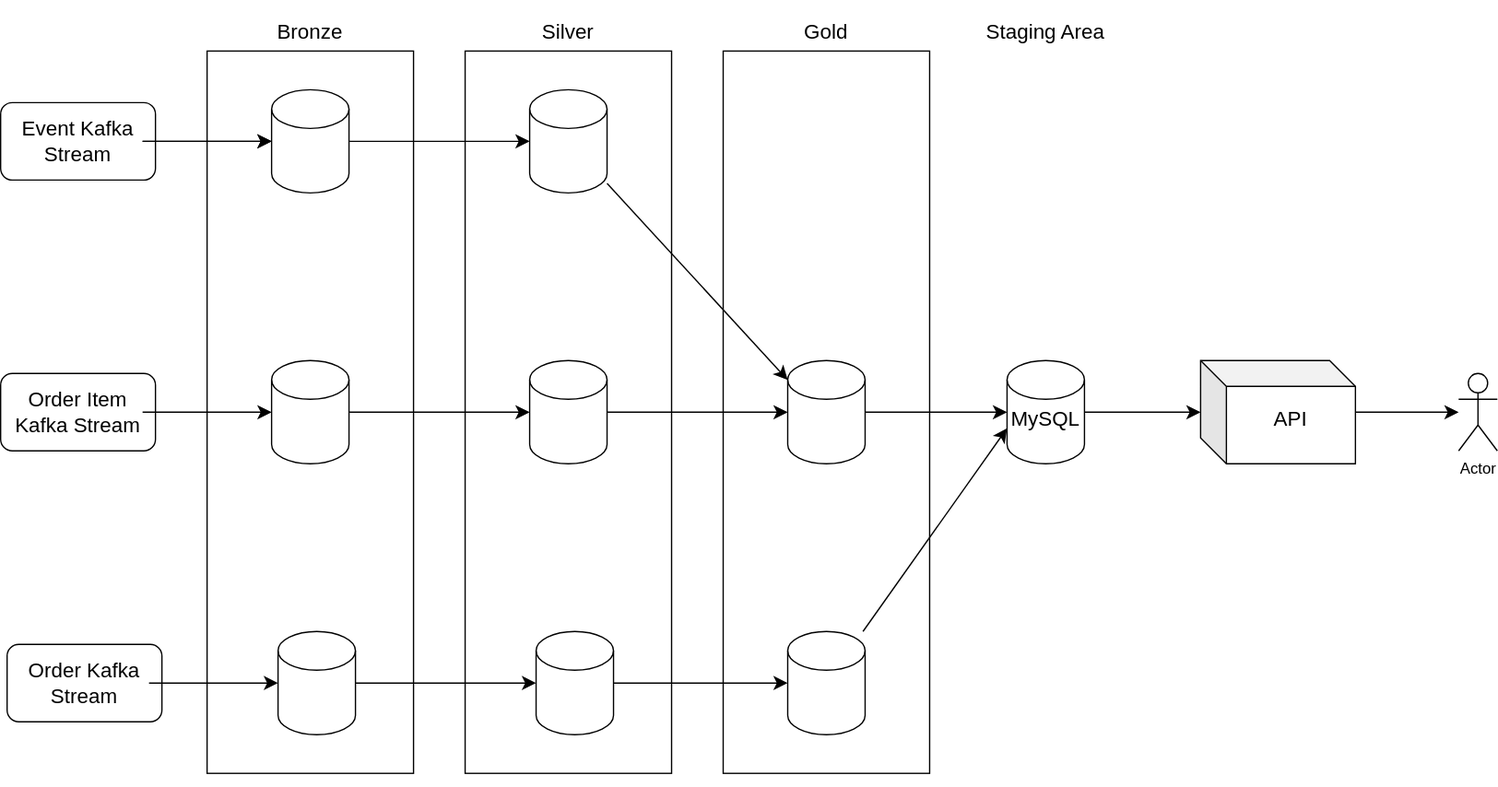
Above: system.drawio.svg in philippehamel/senior-de-presentation (draw.io), before the change. Source tidied: cells renumbered, new cells last; positions are measured from the earlier drawing's top-left corner, leaving out a move shared by most shapes. Source of this version:
```xml
<mxGraphModel>
  <root>
    <mxCell id="0" />
    <mxCell id="1" parent="0" />
    <mxCell id="2" style="rounded=0;whiteSpace=wrap;html=1;" parent="1" vertex="1">
      <mxGeometry x="560" y="30" width="160" height="560" as="geometry" />
    </mxCell>
    <mxCell id="3" style="rounded=0;whiteSpace=wrap;html=1;" parent="1" vertex="1">
      <mxGeometry x="360" y="30" width="160" height="560" as="geometry" />
    </mxCell>
    <mxCell id="4" style="rounded=0;whiteSpace=wrap;html=1;" parent="1" vertex="1">
      <mxGeometry x="160" y="30" width="160" height="560" as="geometry" />
    </mxCell>
    <mxCell id="5" style="rounded=1;whiteSpace=wrap;html=1;" parent="1" vertex="1">
      <mxGeometry y="70" width="120" height="60" as="geometry" />
    </mxCell>
    <mxCell id="6" style="edgeStyle=none;curved=1;rounded=0;jettySize=auto;html=1;fontSize=12;startSize=8;endSize=8;" parent="1" edge="1" source="8" target="18">
      <mxGeometry relative="1" as="geometry" />
    </mxCell>
    <mxCell id="7" style="edgeStyle=none;curved=1;rounded=0;jettySize=auto;html=1;fontSize=12;startSize=8;endSize=8;" parent="1" edge="1" source="8" target="18">
      <mxGeometry relative="1" as="geometry" />
    </mxCell>
    <mxCell id="8" value="Event Kafka Stream" style="text;strokeColor=none;fillColor=none;html=1;align=center;verticalAlign=middle;whiteSpace=wrap;rounded=0;fontSize=16;" parent="1" vertex="1">
      <mxGeometry x="10" y="80" width="100" height="40" as="geometry" />
    </mxCell>
    <mxCell id="9" style="rounded=1;whiteSpace=wrap;html=1;" parent="1" vertex="1">
      <mxGeometry x="5" y="490" width="120" height="60" as="geometry" />
    </mxCell>
    <mxCell id="10" style="edgeStyle=none;curved=1;rounded=0;jettySize=auto;html=1;fontSize=12;startSize=8;endSize=8;" parent="1" edge="1" source="11" target="20">
      <mxGeometry relative="1" as="geometry" />
    </mxCell>
    <mxCell id="11" value="Order Kafka Stream" style="text;strokeColor=none;fillColor=none;html=1;align=center;verticalAlign=middle;whiteSpace=wrap;rounded=0;fontSize=16;" parent="1" vertex="1">
      <mxGeometry x="15" y="500" width="100" height="40" as="geometry" />
    </mxCell>
    <mxCell id="12" style="rounded=1;whiteSpace=wrap;html=1;" parent="1" vertex="1">
      <mxGeometry y="280" width="120" height="60" as="geometry" />
    </mxCell>
    <mxCell id="13" style="edgeStyle=none;curved=1;rounded=0;jettySize=auto;html=1;fontSize=12;startSize=8;endSize=8;" parent="1" edge="1" source="14" target="21">
      <mxGeometry relative="1" as="geometry" />
    </mxCell>
    <mxCell id="14" value="Order Item Kafka Stream" style="text;strokeColor=none;fillColor=none;html=1;align=center;verticalAlign=middle;whiteSpace=wrap;rounded=0;fontSize=16;" parent="1" vertex="1">
      <mxGeometry x="10" y="290" width="100" height="40" as="geometry" />
    </mxCell>
    <mxCell id="15" style="edgeStyle=none;curved=1;rounded=0;orthogonalLoop=1;jettySize=auto;html=1;exitX=0.5;exitY=1;exitDx=0;exitDy=0;fontSize=12;startSize=8;endSize=8;entryX=0.5;entryY=1;entryDx=0;entryDy=0;" parent="1" edge="1" source="4" target="4">
      <mxGeometry relative="1" as="geometry" />
    </mxCell>
    <mxCell id="16" value="Bronze" style="text;strokeColor=none;fillColor=none;html=1;align=center;verticalAlign=middle;whiteSpace=wrap;rounded=0;fontSize=16;" parent="1" vertex="1">
      <mxGeometry x="160" width="160" height="30" as="geometry" />
    </mxCell>
    <mxCell id="17" style="edgeStyle=none;curved=1;rounded=0;jettySize=auto;html=1;fontSize=12;startSize=8;endSize=8;" parent="1" edge="1" source="18" target="25">
      <mxGeometry relative="1" as="geometry" />
    </mxCell>
    <mxCell id="18" style="shape=cylinder3;whiteSpace=wrap;html=1;boundedLbl=1;backgroundOutline=1;size=15;" parent="1" vertex="1">
      <mxGeometry x="210" y="60" width="60" height="80" as="geometry" />
    </mxCell>
    <mxCell id="19" style="edgeStyle=none;curved=1;rounded=0;jettySize=auto;html=1;fontSize=12;startSize=8;endSize=8;" parent="1" edge="1" source="20" target="27">
      <mxGeometry relative="1" as="geometry" />
    </mxCell>
    <mxCell id="20" style="shape=cylinder3;whiteSpace=wrap;html=1;boundedLbl=1;backgroundOutline=1;size=15;" parent="1" vertex="1">
      <mxGeometry x="215" y="480" width="60" height="80" as="geometry" />
    </mxCell>
    <mxCell id="21" style="shape=cylinder3;whiteSpace=wrap;html=1;boundedLbl=1;backgroundOutline=1;size=15;" parent="1" vertex="1">
      <mxGeometry x="210" y="270" width="60" height="80" as="geometry" />
    </mxCell>
    <mxCell id="22" value="Silver" style="text;strokeColor=none;fillColor=none;html=1;align=center;verticalAlign=middle;whiteSpace=wrap;rounded=0;fontSize=16;" parent="1" vertex="1">
      <mxGeometry x="360" width="160" height="30" as="geometry" />
    </mxCell>
    <mxCell id="23" style="edgeStyle=none;curved=1;rounded=0;orthogonalLoop=1;jettySize=auto;html=1;exitX=0.75;exitY=0;exitDx=0;exitDy=0;fontSize=12;startSize=8;endSize=8;" parent="1" edge="1" source="22" target="22">
      <mxGeometry relative="1" as="geometry" />
    </mxCell>
    <mxCell id="24" style="edgeStyle=none;curved=1;rounded=0;jettySize=auto;html=1;fontSize=12;startSize=8;endSize=8;entryX=0;entryY=0;entryDx=0;entryDy=15;entryPerimeter=0;" parent="1" edge="1" source="25" target="33">
      <mxGeometry relative="1" as="geometry" />
    </mxCell>
    <mxCell id="25" style="shape=cylinder3;whiteSpace=wrap;html=1;boundedLbl=1;backgroundOutline=1;size=15;" parent="1" vertex="1">
      <mxGeometry x="410" y="60" width="60" height="80" as="geometry" />
    </mxCell>
    <mxCell id="26" style="edgeStyle=none;curved=1;rounded=0;jettySize=auto;html=1;fontSize=12;startSize=8;endSize=8;" parent="1" edge="1" source="27" target="34">
      <mxGeometry relative="1" as="geometry" />
    </mxCell>
    <mxCell id="27" style="shape=cylinder3;whiteSpace=wrap;html=1;boundedLbl=1;backgroundOutline=1;size=15;" parent="1" vertex="1">
      <mxGeometry x="415" y="480" width="60" height="80" as="geometry" />
    </mxCell>
    <mxCell id="28" style="edgeStyle=none;curved=1;rounded=0;jettySize=auto;html=1;fontSize=12;startSize=8;endSize=8;" parent="1" edge="1" source="29" target="33">
      <mxGeometry relative="1" as="geometry" />
    </mxCell>
    <mxCell id="29" style="shape=cylinder3;whiteSpace=wrap;html=1;boundedLbl=1;backgroundOutline=1;size=15;" parent="1" vertex="1">
      <mxGeometry x="410" y="270" width="60" height="80" as="geometry" />
    </mxCell>
    <mxCell id="30" style="edgeStyle=none;curved=1;rounded=0;jettySize=auto;html=1;entryX=0;entryY=0.5;entryDx=0;entryDy=0;entryPerimeter=0;fontSize=12;startSize=8;endSize=8;" parent="1" edge="1" source="21" target="29">
      <mxGeometry relative="1" as="geometry" />
    </mxCell>
    <mxCell id="31" value="Gold" style="text;strokeColor=none;fillColor=none;html=1;align=center;verticalAlign=middle;whiteSpace=wrap;rounded=0;fontSize=16;" parent="1" vertex="1">
      <mxGeometry x="560" width="160" height="30" as="geometry" />
    </mxCell>
    <mxCell id="32" style="edgeStyle=none;curved=1;rounded=0;jettySize=auto;html=1;fontSize=12;startSize=8;endSize=8;" parent="1" edge="1" source="33" target="36">
      <mxGeometry relative="1" as="geometry" />
    </mxCell>
    <mxCell id="33" style="shape=cylinder3;whiteSpace=wrap;html=1;boundedLbl=1;backgroundOutline=1;size=15;" parent="1" vertex="1">
      <mxGeometry x="610" y="270" width="60" height="80" as="geometry" />
    </mxCell>
    <mxCell id="34" style="shape=cylinder3;whiteSpace=wrap;html=1;boundedLbl=1;backgroundOutline=1;size=15;" parent="1" vertex="1">
      <mxGeometry x="610" y="480" width="60" height="80" as="geometry" />
    </mxCell>
    <mxCell id="35" style="edgeStyle=none;curved=1;rounded=0;jettySize=auto;html=1;fontSize=12;startSize=8;endSize=8;" parent="1" edge="1" source="36" target="40">
      <mxGeometry relative="1" as="geometry" />
    </mxCell>
    <mxCell id="36" style="shape=cylinder3;whiteSpace=wrap;html=1;boundedLbl=1;backgroundOutline=1;size=15;" parent="1" vertex="1">
      <mxGeometry x="780" y="270" width="60" height="80" as="geometry" />
    </mxCell>
    <mxCell id="37" value="Staging Area" style="text;strokeColor=none;fillColor=none;html=1;align=center;verticalAlign=middle;whiteSpace=wrap;rounded=0;fontSize=16;" parent="1" vertex="1">
      <mxGeometry x="745" width="130" height="30" as="geometry" />
    </mxCell>
    <mxCell id="38" style="edgeStyle=none;curved=1;rounded=0;jettySize=auto;html=1;entryX=0;entryY=0;entryDx=0;entryDy=52.5;entryPerimeter=0;fontSize=12;startSize=8;endSize=8;" parent="1" edge="1" source="34" target="36">
      <mxGeometry relative="1" as="geometry" />
    </mxCell>
    <mxCell id="39" style="edgeStyle=none;curved=1;rounded=0;jettySize=auto;html=1;fontSize=12;startSize=8;endSize=8;" parent="1" edge="1" source="40" target="41">
      <mxGeometry relative="1" as="geometry" />
    </mxCell>
    <mxCell id="40" style="shape=cube;whiteSpace=wrap;html=1;boundedLbl=1;backgroundOutline=1;darkOpacity=0.05;darkOpacity2=0.1;" parent="1" vertex="1">
      <mxGeometry x="930" y="270" width="120" height="80" as="geometry" />
    </mxCell>
    <mxCell id="41" value="Actor" style="shape=umlActor;verticalLabelPosition=bottom;verticalAlign=top;html=1;outlineConnect=0;" parent="1" vertex="1">
      <mxGeometry x="1130" y="280" width="30" height="60" as="geometry" />
    </mxCell>
    <mxCell id="42" value="MySQL" style="text;strokeColor=none;fillColor=none;html=1;align=center;verticalAlign=middle;whiteSpace=wrap;rounded=0;fontSize=16;" parent="1" vertex="1">
      <mxGeometry x="780" y="300" width="60" height="30" as="geometry" />
    </mxCell>
    <mxCell id="43" value="API" style="text;strokeColor=none;fillColor=none;html=1;align=center;verticalAlign=middle;whiteSpace=wrap;rounded=0;fontSize=16;" parent="1" vertex="1">
      <mxGeometry x="970" y="300" width="60" height="30" as="geometry" />
    </mxCell>
  </root>
</mxGraphModel>
```
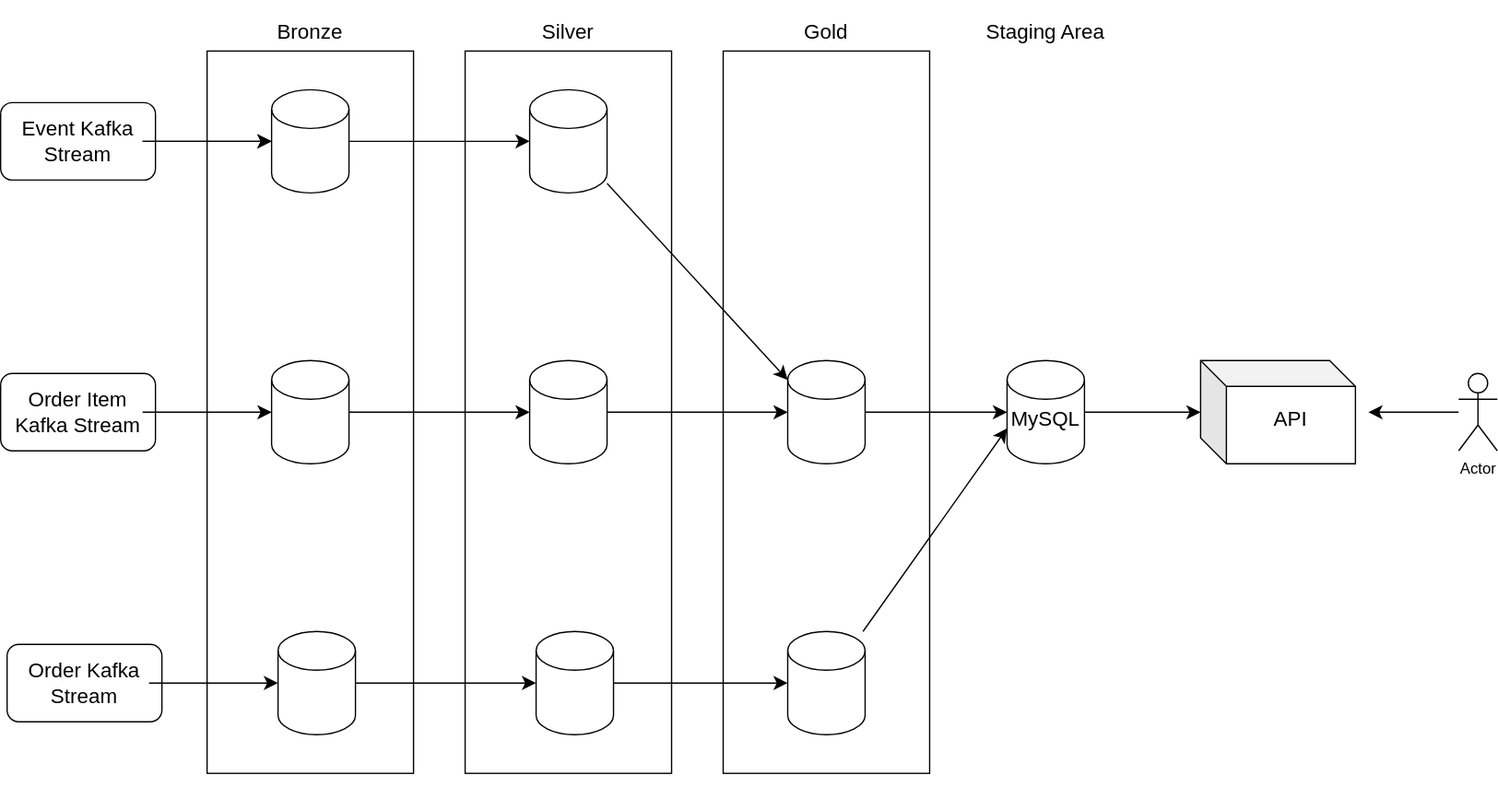
Above is the later version.

The edit, as a diff of the source:
```diff
@@ -113,12 +113,14 @@
     <mxCell id="38" style="edgeStyle=none;curved=1;rounded=0;jettySize=auto;html=1;entryX=0;entryY=0;entryDx=0;entryDy=52.5;entryPerimeter=0;fontSize=12;startSize=8;endSize=8;" parent="1" edge="1" source="34" target="36">
       <mxGeometry relative="1" as="geometry" />
     </mxCell>
-    <mxCell id="39" style="edgeStyle=none;curved=1;rounded=0;jettySize=auto;html=1;fontSize=12;startSize=8;endSize=8;" parent="1" edge="1" source="40" target="41">
-      <mxGeometry relative="1" as="geometry" />
-    </mxCell>
     <mxCell id="40" style="shape=cube;whiteSpace=wrap;html=1;boundedLbl=1;backgroundOutline=1;darkOpacity=0.05;darkOpacity2=0.1;" parent="1" vertex="1">
       <mxGeometry x="930" y="270" width="120" height="80" as="geometry" />
     </mxCell>
+    <mxCell id="44" style="edgeStyle=none;curved=1;rounded=0;jettySize=auto;html=1;fontSize=12;startSize=8;endSize=8;" parent="1" edge="1" source="41">
+      <mxGeometry relative="1" as="geometry">
+        <mxPoint x="1060" y="310" as="targetPoint" />
+      </mxGeometry>
+    </mxCell>
     <mxCell id="41" value="Actor" style="shape=umlActor;verticalLabelPosition=bottom;verticalAlign=top;html=1;outlineConnect=0;" parent="1" vertex="1">
       <mxGeometry x="1130" y="280" width="30" height="60" as="geometry" />
     </mxCell>
```
